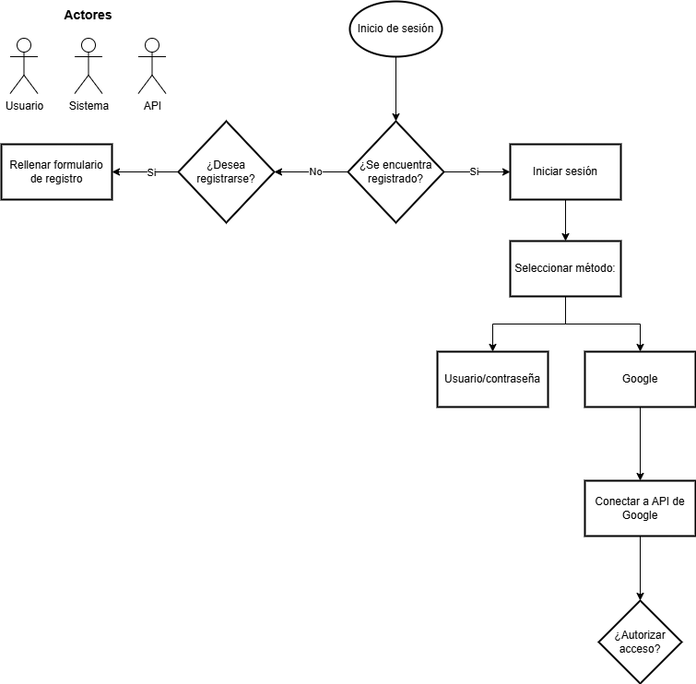
Above: Flujograma de registro e inicio de sesión.png in DjGuetta/App-Hotel-Management (draw.io), before the change. Source tidied: cells renumbered, new cells last; positions are measured from the earlier drawing's top-left corner, leaving out a move shared by most shapes.
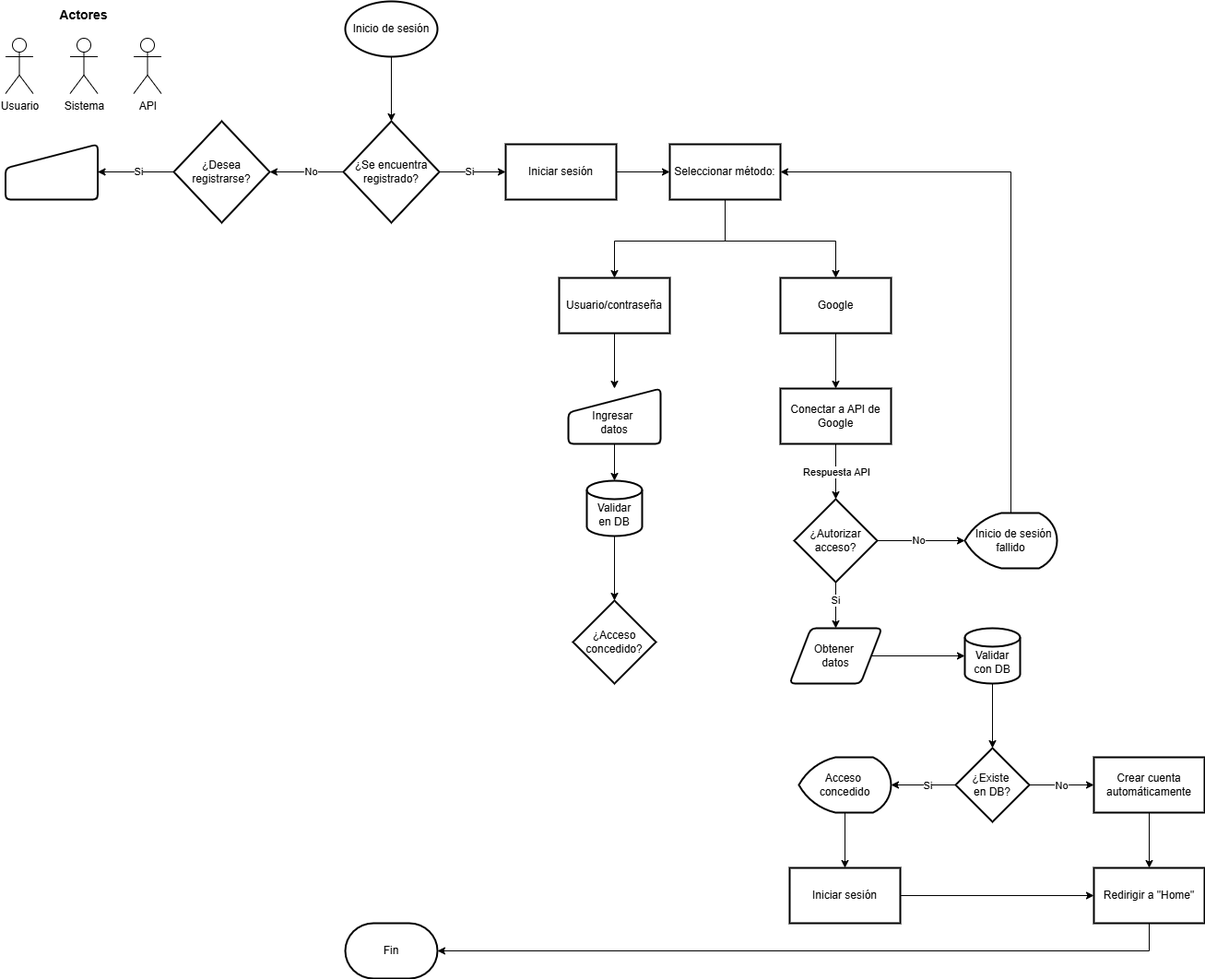
Later version of the same file.

What changed in the source:
```diff
@@ -36,20 +36,17 @@
     <mxCell id="11" value="¿Se encuentra registrado?" style="rhombus;whiteSpace=wrap;html=1;strokeWidth=2;" parent="1" vertex="1">
       <mxGeometry x="376" y="130" width="104" height="110" as="geometry" />
     </mxCell>
-    <mxCell id="12" style="edgeStyle=orthogonalEdgeStyle;rounded=0;jettySize=auto;html=1;" parent="1" edge="1" source="14" target="15">
-      <mxGeometry relative="1" as="geometry" />
-    </mxCell>
-    <mxCell id="13" value="Si" style="edgeLabel;html=1;align=center;verticalAlign=middle;" parent="12" vertex="1">
-      <mxGeometry x="-0.17" y="1" relative="1" as="geometry">
-        <mxPoint y="-1" as="offset" />
-      </mxGeometry>
-    </mxCell>
+    <mxCell id="28" style="edgeStyle=orthogonalEdgeStyle;rounded=0;jettySize=auto;html=1;" parent="1" edge="1" source="14" target="56">
+      <mxGeometry relative="1" as="geometry" />
+    </mxCell>
+    <mxCell id="29" value="Si" style="edgeLabel;html=1;align=center;verticalAlign=middle;" parent="28" vertex="1">
+      <mxGeometry x="-0.13" y="-1" relative="1" as="geometry">
+        <mxPoint x="-3" as="offset" />
+      </mxGeometry>
+    </mxCell>
     <mxCell id="14" value="¿Desea registrarse?" style="rhombus;whiteSpace=wrap;html=1;strokeWidth=2;" parent="1" vertex="1">
       <mxGeometry x="192" y="130" width="104" height="110" as="geometry" />
     </mxCell>
-    <mxCell id="15" value="Rellenar formulario de registro" style="whiteSpace=wrap;html=1;strokeWidth=2;" parent="1" vertex="1">
-      <mxGeometry y="155" width="120" height="60" as="geometry" />
-    </mxCell>
     <mxCell id="16" value="API" style="shape=umlActor;verticalLabelPosition=bottom;verticalAlign=top;html=1;" parent="1" vertex="1">
       <mxGeometry x="148.5" y="40" width="30" height="60" as="geometry" />
     </mxCell>
@@ -59,32 +56,144 @@
     <mxCell id="18" value="Iniciar sesión" style="whiteSpace=wrap;html=1;strokeWidth=2;" parent="1" vertex="1">
       <mxGeometry x="552" y="155" width="120" height="60" as="geometry" />
     </mxCell>
+    <mxCell id="20" style="edgeStyle=orthogonalEdgeStyle;rounded=0;jettySize=auto;html=1;entryX=0.5;entryY=0;entryDx=0;entryDy=0;" parent="1" edge="1" source="21" target="24">
+      <mxGeometry relative="1" as="geometry">
+        <Array as="points">
+          <mxPoint x="790" y="260" />
+          <mxPoint x="910" y="260" />
+        </Array>
+      </mxGeometry>
+    </mxCell>
-    <mxCell id="19" style="edgeStyle=orthogonalEdgeStyle;rounded=0;jettySize=auto;html=1;" parent="1" edge="1" source="21" target="22">
-      <mxGeometry relative="1" as="geometry" />
+    <mxCell id="19" style="edgeStyle=orthogonalEdgeStyle;rounded=0;jettySize=auto;html=1;entryX=0.5;entryY=0;entryDx=0;entryDy=0;" parent="1" edge="1" source="21" target="22">
+      <mxGeometry relative="1" as="geometry">
+        <Array as="points">
+          <mxPoint x="790" y="260" />
+          <mxPoint x="670" y="260" />
+        </Array>
+      </mxGeometry>
     </mxCell>
-    <mxCell id="20" style="edgeStyle=orthogonalEdgeStyle;rounded=0;jettySize=auto;html=1;exitX=0.5;exitY=1;exitDx=0;exitDy=0;entryX=0.5;entryY=0;entryDx=0;entryDy=0;" parent="1" edge="1" source="21" target="24">
-      <mxGeometry relative="1" as="geometry" />
-    </mxCell>
     <mxCell id="21" value="Seleccionar método:" style="whiteSpace=wrap;html=1;strokeWidth=2;" parent="1" vertex="1">
-      <mxGeometry x="552" y="260" width="120" height="60" as="geometry" />
+      <mxGeometry x="730" y="155" width="120" height="60" as="geometry" />
     </mxCell>
+    <mxCell id="30" style="edgeStyle=orthogonalEdgeStyle;rounded=0;jettySize=auto;html=1;" parent="1" edge="1" source="22" target="58">
+      <mxGeometry relative="1" as="geometry" />
+    </mxCell>
     <mxCell id="22" value="Usuario/contraseña" style="whiteSpace=wrap;html=1;strokeWidth=2;" parent="1" vertex="1">
-      <mxGeometry x="473" y="380" width="120" height="60" as="geometry" />
+      <mxGeometry x="610" y="300" width="120" height="60" as="geometry" />
     </mxCell>
     <mxCell id="23" style="edgeStyle=orthogonalEdgeStyle;rounded=0;jettySize=auto;html=1;" parent="1" edge="1" source="24" target="26">
       <mxGeometry relative="1" as="geometry" />
     </mxCell>
     <mxCell id="24" value="Google" style="whiteSpace=wrap;html=1;strokeWidth=2;" parent="1" vertex="1">
-      <mxGeometry x="633" y="380" width="120" height="60" as="geometry" />
+      <mxGeometry x="850" y="300" width="120" height="60" as="geometry" />
     </mxCell>
     <mxCell id="25" style="edgeStyle=orthogonalEdgeStyle;rounded=0;jettySize=auto;html=1;" parent="1" edge="1" source="26" target="27">
       <mxGeometry relative="1" as="geometry" />
     </mxCell>
+    <mxCell id="31" value="Respuesta API" style="edgeLabel;html=1;align=center;verticalAlign=middle;" parent="25" vertex="1">
+      <mxGeometry relative="1" as="geometry" />
+    </mxCell>
     <mxCell id="26" value="Conectar a API de Google" style="whiteSpace=wrap;html=1;strokeWidth=2;" parent="1" vertex="1">
-      <mxGeometry x="633" y="520" width="120" height="60" as="geometry" />
+      <mxGeometry x="850" y="420" width="120" height="60" as="geometry" />
     </mxCell>
+    <mxCell id="32" style="edgeStyle=orthogonalEdgeStyle;rounded=0;jettySize=auto;html=1;" parent="1" edge="1" source="27" target="37">
+      <mxGeometry relative="1" as="geometry" />
+    </mxCell>
+    <mxCell id="33" value="No" style="edgeLabel;html=1;align=center;verticalAlign=middle;" parent="32" vertex="1">
+      <mxGeometry x="-0.07" relative="1" as="geometry">
+        <mxPoint y="-1" as="offset" />
+      </mxGeometry>
+    </mxCell>
+    <mxCell id="34" style="edgeStyle=orthogonalEdgeStyle;rounded=0;jettySize=auto;html=1;" parent="1" edge="1" source="27" target="39">
+      <mxGeometry relative="1" as="geometry" />
+    </mxCell>
+    <mxCell id="35" value="Si" style="edgeLabel;html=1;align=center;verticalAlign=middle;" parent="34" vertex="1">
+      <mxGeometry x="-0.36" y="-1" relative="1" as="geometry">
+        <mxPoint y="3" as="offset" />
+      </mxGeometry>
+    </mxCell>
     <mxCell id="27" value="¿Autorizar acceso?" style="rhombus;whiteSpace=wrap;html=1;strokeWidth=2;" parent="1" vertex="1">
-      <mxGeometry x="648" y="650" width="90" height="90" as="geometry" />
+      <mxGeometry x="865" y="540" width="90" height="90" as="geometry" />
     </mxCell>
+    <mxCell id="36" style="edgeStyle=orthogonalEdgeStyle;rounded=0;jettySize=auto;html=1;exitX=0.5;exitY=0;exitDx=0;exitDy=0;exitPerimeter=0;entryX=1;entryY=0.5;entryDx=0;entryDy=0;" parent="1" edge="1" source="37" target="21">
+      <mxGeometry relative="1" as="geometry" />
+    </mxCell>
+    <mxCell id="37" value="&amp;nbsp; Inicio de sesión fallido" style="strokeWidth=2;html=1;shape=mxgraph.flowchart.display;whiteSpace=wrap;" parent="1" vertex="1">
+      <mxGeometry x="1050" y="555" width="100" height="60" as="geometry" />
+    </mxCell>
+    <mxCell id="38" style="edgeStyle=orthogonalEdgeStyle;rounded=0;jettySize=auto;html=1;" parent="1" edge="1" source="39" target="41">
+      <mxGeometry relative="1" as="geometry" />
+    </mxCell>
+    <mxCell id="39" value="Obtener&amp;nbsp;&lt;div&gt;datos&lt;/div&gt;" style="shape=parallelogram;html=1;strokeWidth=2;perimeter=parallelogramPerimeter;whiteSpace=wrap;rounded=1;arcSize=12;size=0.23;" parent="1" vertex="1">
+      <mxGeometry x="860" y="680" width="100" height="60" as="geometry" />
+    </mxCell>
+    <mxCell id="40" style="edgeStyle=orthogonalEdgeStyle;rounded=0;jettySize=auto;html=1;" parent="1" edge="1" source="41" target="46">
+      <mxGeometry relative="1" as="geometry" />
+    </mxCell>
+    <mxCell id="41" value="&lt;div&gt;&lt;br&gt;&lt;/div&gt;Validar con DB" style="strokeWidth=2;html=1;shape=mxgraph.flowchart.database;whiteSpace=wrap;" parent="1" vertex="1">
+      <mxGeometry x="1050" y="680" width="60" height="60" as="geometry" />
+    </mxCell>
+    <mxCell id="42" style="edgeStyle=orthogonalEdgeStyle;rounded=0;jettySize=auto;html=1;" parent="1" edge="1" source="46" target="48">
+      <mxGeometry relative="1" as="geometry" />
+    </mxCell>
+    <mxCell id="43" value="No" style="edgeLabel;html=1;align=center;verticalAlign=middle;" parent="42" vertex="1">
+      <mxGeometry x="-0.03" relative="1" as="geometry" />
+    </mxCell>
+    <mxCell id="44" style="edgeStyle=orthogonalEdgeStyle;rounded=0;jettySize=auto;html=1;" parent="1" edge="1" source="46" target="55">
+      <mxGeometry relative="1" as="geometry" />
+    </mxCell>
+    <mxCell id="45" value="Si" style="edgeLabel;html=1;align=center;verticalAlign=middle;" parent="44" vertex="1">
+      <mxGeometry x="-0.23" relative="1" as="geometry">
+        <mxPoint x="-4" as="offset" />
+      </mxGeometry>
+    </mxCell>
+    <mxCell id="46" value="¿Existe&amp;nbsp;&lt;div&gt;e&lt;span style=&quot;background-color: transparent; color: light-dark(rgb(0, 0, 0), rgb(255, 255, 255));&quot;&gt;n DB?&lt;/span&gt;&lt;/div&gt;" style="rhombus;whiteSpace=wrap;html=1;strokeWidth=2;" parent="1" vertex="1">
+      <mxGeometry x="1040" y="810" width="80" height="80" as="geometry" />
+    </mxCell>
+    <mxCell id="47" style="edgeStyle=orthogonalEdgeStyle;rounded=0;jettySize=auto;html=1;" parent="1" edge="1" source="48" target="49">
+      <mxGeometry relative="1" as="geometry" />
+    </mxCell>
+    <mxCell id="48" value="Crear cuenta automáticamente" style="whiteSpace=wrap;html=1;strokeWidth=2;" parent="1" vertex="1">
+      <mxGeometry x="1190" y="820" width="120" height="60" as="geometry" />
+    </mxCell>
+    <mxCell id="49" value="Redirigir a &quot;Home&quot;" style="whiteSpace=wrap;html=1;strokeWidth=2;" parent="1" vertex="1">
+      <mxGeometry x="1190" y="940" width="120" height="60" as="geometry" />
+    </mxCell>
+    <mxCell id="50" value="Fin" style="strokeWidth=2;html=1;shape=mxgraph.flowchart.terminator;whiteSpace=wrap;" parent="1" vertex="1">
+      <mxGeometry x="378" y="1000" width="100" height="60" as="geometry" />
+    </mxCell>
+    <mxCell id="51" style="edgeStyle=orthogonalEdgeStyle;rounded=0;jettySize=auto;html=1;" parent="1" edge="1" source="52" target="49">
+      <mxGeometry relative="1" as="geometry" />
+    </mxCell>
+    <mxCell id="52" value="Iniciar sesión" style="whiteSpace=wrap;html=1;strokeWidth=2;" parent="1" vertex="1">
+      <mxGeometry x="860" y="940" width="120" height="60" as="geometry" />
+    </mxCell>
+    <mxCell id="53" style="edgeStyle=orthogonalEdgeStyle;rounded=0;jettySize=auto;html=1;exitX=0.5;exitY=1;exitDx=0;exitDy=0;entryX=1;entryY=0.5;entryDx=0;entryDy=0;entryPerimeter=0;" parent="1" edge="1" source="49" target="50">
+      <mxGeometry relative="1" as="geometry" />
+    </mxCell>
+    <mxCell id="54" style="edgeStyle=orthogonalEdgeStyle;rounded=0;jettySize=auto;html=1;" parent="1" edge="1" source="55" target="52">
+      <mxGeometry relative="1" as="geometry" />
+    </mxCell>
+    <mxCell id="55" value="Acceso&amp;nbsp;&lt;div&gt;concedido&lt;/div&gt;" style="strokeWidth=2;html=1;shape=mxgraph.flowchart.display;whiteSpace=wrap;" parent="1" vertex="1">
+      <mxGeometry x="870" y="820" width="100" height="60" as="geometry" />
+    </mxCell>
+    <mxCell id="56" style="html=1;strokeWidth=2;shape=manualInput;whiteSpace=wrap;rounded=1;size=26;arcSize=11;" parent="1" vertex="1">
+      <mxGeometry x="9.5" y="155" width="100" height="60" as="geometry" />
+    </mxCell>
+    <mxCell id="57" style="edgeStyle=orthogonalEdgeStyle;rounded=0;jettySize=auto;html=1;" parent="1" edge="1" source="58" target="60">
+      <mxGeometry relative="1" as="geometry" />
+    </mxCell>
+    <mxCell id="58" value="&lt;div&gt;&lt;br&gt;&lt;/div&gt;Ingresar&amp;nbsp;&lt;div&gt;datos&lt;/div&gt;" style="html=1;strokeWidth=2;shape=manualInput;whiteSpace=wrap;rounded=1;size=26;arcSize=11;direction=east;" parent="1" vertex="1">
+      <mxGeometry x="620" y="420" width="100" height="60" as="geometry" />
+    </mxCell>
+    <mxCell id="59" style="edgeStyle=orthogonalEdgeStyle;rounded=0;jettySize=auto;html=1;" parent="1" edge="1" source="60" target="61">
+      <mxGeometry relative="1" as="geometry" />
+    </mxCell>
+    <mxCell id="60" value="&lt;div&gt;&lt;br&gt;&lt;/div&gt;Validar&lt;div&gt;en DB&lt;/div&gt;" style="strokeWidth=2;html=1;shape=mxgraph.flowchart.database;whiteSpace=wrap;" parent="1" vertex="1">
+      <mxGeometry x="640" y="520" width="60" height="60" as="geometry" />
+    </mxCell>
+    <mxCell id="61" value="¿Acceso concedido?" style="rhombus;whiteSpace=wrap;html=1;strokeWidth=2;fontStyle=0;" parent="1" vertex="1">
+      <mxGeometry x="625" y="650" width="90" height="90" as="geometry" />
+    </mxCell>
   </root>
 </mxGraphModel>
```
